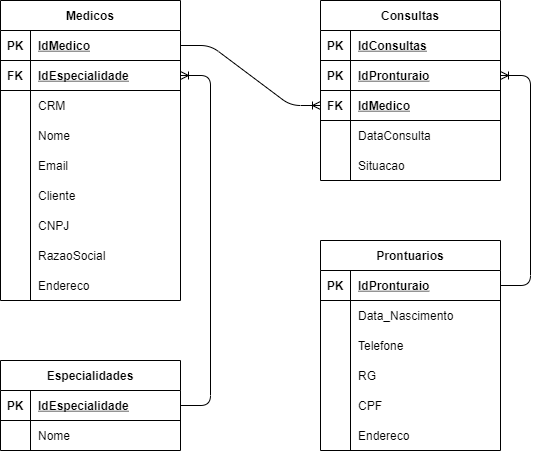
Above: Spint_1-BancoDeDados/senai_spmedgroup/01_modelagem_conceitual-logico-logico.png in Meuniki/Senai-Dev (draw.io), before the change. Source tidied: cells renumbered, new cells last; positions are measured from the earlier drawing's top-left corner, leaving out a move shared by most shapes.
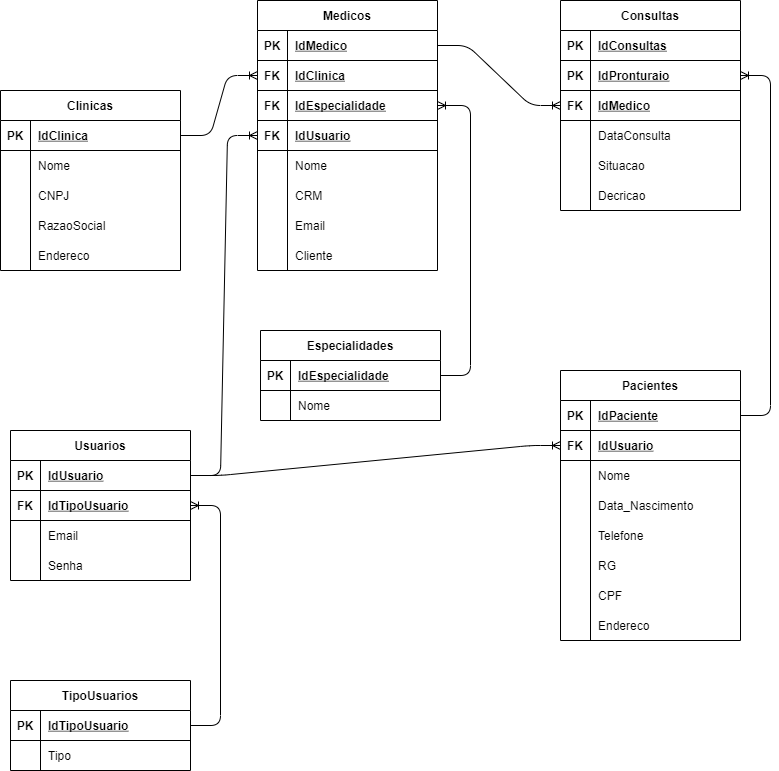
After the change.

Diff of the diagram source:
```diff
@@ -5,3 +5,3 @@
     <mxCell id="2" value="Especialidades" style="shape=table;startSize=30;rowLines=0;fontStyle=1;align=center;" parent="1" vertex="1">
-      <mxGeometry y="360" width="180" height="90" as="geometry" />
+      <mxGeometry x="140" y="340" width="180" height="90" as="geometry" />
     </mxCell>
@@ -26,3 +26,3 @@
     <mxCell id="9" value="Consultas" style="shape=table;startSize=30;rowLines=0;fontStyle=1;align=center;" parent="1" vertex="1">
-      <mxGeometry x="320" width="180" height="180" as="geometry" />
+      <mxGeometry x="440" y="10" width="180" height="210" as="geometry" />
     </mxCell>
@@ -73,4 +73,13 @@
     </mxCell>
+    <mxCell id="75" style="shape=partialRectangle;fillColor=none;top=0;left=0;bottom=0;right=0;" parent="9" vertex="1">
+      <mxGeometry y="180" width="180" height="30" as="geometry" />
+    </mxCell>
+    <mxCell id="76" style="shape=partialRectangle;fillColor=none;top=0;left=0;bottom=0;right=0;overflow=hidden;" parent="75" vertex="1">
+      <mxGeometry width="30" height="30" as="geometry" />
+    </mxCell>
+    <mxCell id="77" value="Decricao" style="shape=partialRectangle;fillColor=none;top=0;left=0;bottom=0;right=0;align=left;spacingLeft=6;overflow=hidden;" parent="75" vertex="1">
+      <mxGeometry x="30" width="150" height="30" as="geometry" />
+    </mxCell>
-    <mxCell id="25" value="Prontuarios" style="shape=table;startSize=30;rowLines=0;fontStyle=1;align=center;" parent="1" vertex="1">
-      <mxGeometry x="320" y="240" width="180" height="210" as="geometry" />
+    <mxCell id="25" value="Pacientes" style="shape=table;startSize=30;rowLines=0;fontStyle=1;align=center;" parent="1" vertex="1">
+      <mxGeometry x="440" y="380" width="180" height="270" as="geometry" />
     </mxCell>
@@ -82,7 +91,25 @@
     </mxCell>
-    <mxCell id="28" value="IdPronturaio" style="shape=partialRectangle;fillColor=none;top=0;left=0;bottom=0;right=0;align=left;spacingLeft=6;fontStyle=5;overflow=hidden;" parent="26" vertex="1">
+    <mxCell id="28" value="IdPaciente" style="shape=partialRectangle;fillColor=none;top=0;left=0;bottom=0;right=0;align=left;spacingLeft=6;fontStyle=5;overflow=hidden;" parent="26" vertex="1">
       <mxGeometry x="30" width="150" height="30" as="geometry" />
     </mxCell>
+    <mxCell id="78" style="shape=partialRectangle;fillColor=none;top=0;left=0;bottom=1;right=0;points=[[0,0.5],[1,0.5]];portConstraint=eastwest;" parent="25" vertex="1">
+      <mxGeometry y="60" width="180" height="30" as="geometry" />
+    </mxCell>
+    <mxCell id="79" value="FK" style="shape=partialRectangle;fillColor=none;top=0;left=0;bottom=0;right=0;fontStyle=1;overflow=hidden;" parent="78" vertex="1">
+      <mxGeometry width="30" height="30" as="geometry" />
+    </mxCell>
+    <mxCell id="80" value="IdUsuario" style="shape=partialRectangle;fillColor=none;top=0;left=0;bottom=0;right=0;align=left;spacingLeft=6;fontStyle=5;overflow=hidden;" parent="78" vertex="1">
+      <mxGeometry x="30" width="150" height="30" as="geometry" />
+    </mxCell>
+    <mxCell id="81" style="shape=partialRectangle;fillColor=none;top=0;left=0;bottom=0;right=0;" parent="25" vertex="1">
+      <mxGeometry y="90" width="180" height="30" as="geometry" />
+    </mxCell>
+    <mxCell id="82" style="shape=partialRectangle;fillColor=none;top=0;left=0;bottom=0;right=0;overflow=hidden;" parent="81" vertex="1">
+      <mxGeometry width="30" height="30" as="geometry" />
+    </mxCell>
+    <mxCell id="83" value="Nome" style="shape=partialRectangle;fillColor=none;top=0;left=0;bottom=0;right=0;align=left;spacingLeft=6;overflow=hidden;" parent="81" vertex="1">
+      <mxGeometry x="30" width="150" height="30" as="geometry" />
+    </mxCell>
     <mxCell id="29" style="shape=partialRectangle;fillColor=none;top=0;left=0;bottom=0;right=0;" parent="25" vertex="1">
-      <mxGeometry y="60" width="180" height="30" as="geometry" />
+      <mxGeometry y="120" width="180" height="30" as="geometry" />
     </mxCell>
@@ -95,3 +122,3 @@
     <mxCell id="32" style="shape=partialRectangle;fillColor=none;top=0;left=0;bottom=0;right=0;" parent="25" vertex="1">
-      <mxGeometry y="90" width="180" height="30" as="geometry" />
+      <mxGeometry y="150" width="180" height="30" as="geometry" />
     </mxCell>
@@ -104,3 +131,3 @@
     <mxCell id="35" style="shape=partialRectangle;fillColor=none;top=0;left=0;bottom=0;right=0;" parent="25" vertex="1">
-      <mxGeometry y="120" width="180" height="30" as="geometry" />
+      <mxGeometry y="180" width="180" height="30" as="geometry" />
     </mxCell>
@@ -113,3 +140,3 @@
     <mxCell id="38" style="shape=partialRectangle;fillColor=none;top=0;left=0;bottom=0;right=0;" parent="25" vertex="1">
-      <mxGeometry y="150" width="180" height="30" as="geometry" />
+      <mxGeometry y="210" width="180" height="30" as="geometry" />
     </mxCell>
@@ -122,3 +149,3 @@
     <mxCell id="41" style="shape=partialRectangle;fillColor=none;top=0;left=0;bottom=0;right=0;" parent="25" vertex="1">
-      <mxGeometry y="180" width="180" height="30" as="geometry" />
+      <mxGeometry y="240" width="180" height="30" as="geometry" />
     </mxCell>
@@ -131,3 +158,3 @@
     <mxCell id="44" value="Medicos" style="shape=table;startSize=30;rowLines=0;fontStyle=1;align=center;" parent="1" vertex="1">
-      <mxGeometry width="180" height="300" as="geometry" />
+      <mxGeometry x="137" y="10" width="180" height="270" as="geometry" />
     </mxCell>
@@ -142,4 +169,13 @@
     </mxCell>
+    <mxCell id="84" style="shape=partialRectangle;fillColor=none;top=0;left=0;bottom=1;right=0;points=[[0,0.5],[1,0.5]];portConstraint=eastwest;" parent="44" vertex="1">
+      <mxGeometry y="60" width="180" height="30" as="geometry" />
+    </mxCell>
+    <mxCell id="85" value="FK" style="shape=partialRectangle;fillColor=none;top=0;left=0;bottom=0;right=0;fontStyle=1;overflow=hidden;" parent="84" vertex="1">
+      <mxGeometry width="30" height="30" as="geometry" />
+    </mxCell>
+    <mxCell id="86" value="IdClinica" style="shape=partialRectangle;fillColor=none;top=0;left=0;bottom=0;right=0;align=left;spacingLeft=6;fontStyle=5;overflow=hidden;" parent="84" vertex="1">
+      <mxGeometry x="30" width="150" height="30" as="geometry" />
+    </mxCell>
     <mxCell id="48" style="shape=partialRectangle;fillColor=none;top=0;left=0;bottom=1;right=0;points=[[0,0.5],[1,0.5]];portConstraint=eastwest;" parent="44" vertex="1">
-      <mxGeometry y="60" width="180" height="30" as="geometry" />
+      <mxGeometry y="90" width="180" height="30" as="geometry" />
     </mxCell>
@@ -151,4 +187,22 @@
     </mxCell>
+    <mxCell id="87" style="shape=partialRectangle;fillColor=none;top=0;left=0;bottom=1;right=0;points=[[0,0.5],[1,0.5]];portConstraint=eastwest;" parent="44" vertex="1">
+      <mxGeometry y="120" width="180" height="30" as="geometry" />
+    </mxCell>
+    <mxCell id="88" value="FK" style="shape=partialRectangle;fillColor=none;top=0;left=0;bottom=0;right=0;fontStyle=1;overflow=hidden;" parent="87" vertex="1">
+      <mxGeometry width="30" height="30" as="geometry" />
+    </mxCell>
+    <mxCell id="89" value="IdUsuario" style="shape=partialRectangle;fillColor=none;top=0;left=0;bottom=0;right=0;align=left;spacingLeft=6;fontStyle=5;overflow=hidden;" parent="87" vertex="1">
+      <mxGeometry x="30" width="150" height="30" as="geometry" />
+    </mxCell>
+    <mxCell id="54" style="shape=partialRectangle;fillColor=none;top=0;left=0;bottom=0;right=0;" parent="44" vertex="1">
+      <mxGeometry y="150" width="180" height="30" as="geometry" />
+    </mxCell>
+    <mxCell id="55" style="shape=partialRectangle;fillColor=none;top=0;left=0;bottom=0;right=0;overflow=hidden;" parent="54" vertex="1">
+      <mxGeometry width="30" height="30" as="geometry" />
+    </mxCell>
+    <mxCell id="56" value="Nome" style="shape=partialRectangle;fillColor=none;top=0;left=0;bottom=0;right=0;align=left;spacingLeft=6;overflow=hidden;" parent="54" vertex="1">
+      <mxGeometry x="30" width="150" height="30" as="geometry" />
+    </mxCell>
     <mxCell id="51" style="shape=partialRectangle;fillColor=none;top=0;left=0;bottom=0;right=0;" parent="44" vertex="1">
-      <mxGeometry y="90" width="180" height="30" as="geometry" />
+      <mxGeometry y="180" width="180" height="30" as="geometry" />
     </mxCell>
@@ -160,13 +214,4 @@
     </mxCell>
-    <mxCell id="54" style="shape=partialRectangle;fillColor=none;top=0;left=0;bottom=0;right=0;" parent="44" vertex="1">
-      <mxGeometry y="120" width="180" height="30" as="geometry" />
-    </mxCell>
-    <mxCell id="55" style="shape=partialRectangle;fillColor=none;top=0;left=0;bottom=0;right=0;overflow=hidden;" parent="54" vertex="1">
-      <mxGeometry width="30" height="30" as="geometry" />
-    </mxCell>
-    <mxCell id="56" value="Nome" style="shape=partialRectangle;fillColor=none;top=0;left=0;bottom=0;right=0;align=left;spacingLeft=6;overflow=hidden;" parent="54" vertex="1">
-      <mxGeometry x="30" width="150" height="30" as="geometry" />
-    </mxCell>
     <mxCell id="57" style="shape=partialRectangle;fillColor=none;top=0;left=0;bottom=0;right=0;" parent="44" vertex="1">
-      <mxGeometry y="150" width="180" height="30" as="geometry" />
+      <mxGeometry y="210" width="180" height="30" as="geometry" />
     </mxCell>
@@ -179,3 +224,3 @@
     <mxCell id="60" style="shape=partialRectangle;fillColor=none;top=0;left=0;bottom=0;right=0;" parent="44" vertex="1">
-      <mxGeometry y="180" width="180" height="30" as="geometry" />
+      <mxGeometry y="240" width="180" height="30" as="geometry" />
     </mxCell>
@@ -187,4 +232,73 @@
     </mxCell>
+    <mxCell id="72" style="edgeStyle=entityRelationEdgeStyle;fontSize=12;html=1;endArrow=ERoneToMany;" parent="1" edge="1" source="26" target="13">
+      <mxGeometry relative="1" as="geometry" />
+    </mxCell>
+    <mxCell id="73" style="edgeStyle=entityRelationEdgeStyle;fontSize=12;html=1;endArrow=ERoneToMany;" parent="1" edge="1" source="45" target="16">
+      <mxGeometry relative="1" as="geometry" />
+    </mxCell>
+    <mxCell id="74" style="edgeStyle=entityRelationEdgeStyle;fontSize=12;html=1;endArrow=ERoneToMany;" parent="1" edge="1" source="3" target="48">
+      <mxGeometry relative="1" as="geometry" />
+    </mxCell>
+    <mxCell id="90" value="Usuarios" style="shape=table;startSize=30;rowLines=0;fontStyle=1;align=center;" parent="1" vertex="1">
+      <mxGeometry x="-110" y="440" width="180" height="150" as="geometry" />
+    </mxCell>
+    <mxCell id="91" style="shape=partialRectangle;fillColor=none;top=0;left=0;bottom=1;right=0;points=[[0,0.5],[1,0.5]];portConstraint=eastwest;" parent="90" vertex="1">
+      <mxGeometry y="30" width="180" height="30" as="geometry" />
+    </mxCell>
+    <mxCell id="92" value="PK" style="shape=partialRectangle;fillColor=none;top=0;left=0;bottom=0;right=0;fontStyle=1;overflow=hidden;" parent="91" vertex="1">
+      <mxGeometry width="30" height="30" as="geometry" />
+    </mxCell>
+    <mxCell id="93" value="IdUsuario" style="shape=partialRectangle;fillColor=none;top=0;left=0;bottom=0;right=0;align=left;spacingLeft=6;fontStyle=5;overflow=hidden;" parent="91" vertex="1">
+      <mxGeometry x="30" width="150" height="30" as="geometry" />
+    </mxCell>
+    <mxCell id="94" style="shape=partialRectangle;fillColor=none;top=0;left=0;bottom=1;right=0;points=[[0,0.5],[1,0.5]];portConstraint=eastwest;" parent="90" vertex="1">
+      <mxGeometry y="60" width="180" height="30" as="geometry" />
+    </mxCell>
+    <mxCell id="95" value="FK" style="shape=partialRectangle;fillColor=none;top=0;left=0;bottom=0;right=0;fontStyle=1;overflow=hidden;" parent="94" vertex="1">
+      <mxGeometry width="30" height="30" as="geometry" />
+    </mxCell>
+    <mxCell id="96" value="IdTipoUsuario" style="shape=partialRectangle;fillColor=none;top=0;left=0;bottom=0;right=0;align=left;spacingLeft=6;fontStyle=5;overflow=hidden;" parent="94" vertex="1">
+      <mxGeometry x="30" width="150" height="30" as="geometry" />
+    </mxCell>
+    <mxCell id="97" style="shape=partialRectangle;fillColor=none;top=0;left=0;bottom=0;right=0;" parent="90" vertex="1">
+      <mxGeometry y="90" width="180" height="30" as="geometry" />
+    </mxCell>
+    <mxCell id="98" style="shape=partialRectangle;fillColor=none;top=0;left=0;bottom=0;right=0;overflow=hidden;" parent="97" vertex="1">
+      <mxGeometry width="30" height="30" as="geometry" />
+    </mxCell>
+    <mxCell id="99" value="Email" style="shape=partialRectangle;fillColor=none;top=0;left=0;bottom=0;right=0;align=left;spacingLeft=6;overflow=hidden;" parent="97" vertex="1">
+      <mxGeometry x="30" width="150" height="30" as="geometry" />
+    </mxCell>
+    <mxCell id="100" style="shape=partialRectangle;fillColor=none;top=0;left=0;bottom=0;right=0;" parent="90" vertex="1">
+      <mxGeometry y="120" width="180" height="30" as="geometry" />
+    </mxCell>
+    <mxCell id="101" style="shape=partialRectangle;fillColor=none;top=0;left=0;bottom=0;right=0;overflow=hidden;" parent="100" vertex="1">
+      <mxGeometry width="30" height="30" as="geometry" />
+    </mxCell>
+    <mxCell id="102" value="Senha" style="shape=partialRectangle;fillColor=none;top=0;left=0;bottom=0;right=0;align=left;spacingLeft=6;overflow=hidden;" parent="100" vertex="1">
+      <mxGeometry x="30" width="150" height="30" as="geometry" />
+    </mxCell>
+    <mxCell id="103" value="Clinicas" style="shape=table;startSize=30;rowLines=0;fontStyle=1;align=center;" parent="1" vertex="1">
+      <mxGeometry x="-120" y="100" width="180" height="180" as="geometry" />
+    </mxCell>
+    <mxCell id="104" style="shape=partialRectangle;fillColor=none;top=0;left=0;bottom=1;right=0;points=[[0,0.5],[1,0.5]];portConstraint=eastwest;" parent="103" vertex="1">
+      <mxGeometry y="30" width="180" height="30" as="geometry" />
+    </mxCell>
+    <mxCell id="105" value="PK" style="shape=partialRectangle;fillColor=none;top=0;left=0;bottom=0;right=0;fontStyle=1;overflow=hidden;" parent="104" vertex="1">
+      <mxGeometry width="30" height="30" as="geometry" />
+    </mxCell>
+    <mxCell id="106" value="IdClinica" style="shape=partialRectangle;fillColor=none;top=0;left=0;bottom=0;right=0;align=left;spacingLeft=6;fontStyle=5;overflow=hidden;" parent="104" vertex="1">
+      <mxGeometry x="30" width="150" height="30" as="geometry" />
+    </mxCell>
+    <mxCell id="107" style="shape=partialRectangle;fillColor=none;top=0;left=0;bottom=0;right=0;" parent="103" vertex="1">
+      <mxGeometry y="60" width="180" height="30" as="geometry" />
+    </mxCell>
+    <mxCell id="108" style="shape=partialRectangle;fillColor=none;top=0;left=0;bottom=0;right=0;overflow=hidden;" parent="107" vertex="1">
+      <mxGeometry width="30" height="30" as="geometry" />
+    </mxCell>
+    <mxCell id="109" value="Nome" style="shape=partialRectangle;fillColor=none;top=0;left=0;bottom=0;right=0;align=left;spacingLeft=6;overflow=hidden;" parent="107" vertex="1">
+      <mxGeometry x="30" width="150" height="30" as="geometry" />
+    </mxCell>
-    <mxCell id="63" style="shape=partialRectangle;fillColor=none;top=0;left=0;bottom=0;right=0;" parent="44" vertex="1">
-      <mxGeometry y="210" width="180" height="30" as="geometry" />
+    <mxCell id="63" style="shape=partialRectangle;fillColor=none;top=0;left=0;bottom=0;right=0;" parent="103" vertex="1">
+      <mxGeometry y="90" width="180" height="30" as="geometry" />
     </mxCell>
@@ -196,4 +310,4 @@
     </mxCell>
-    <mxCell id="66" style="shape=partialRectangle;fillColor=none;top=0;left=0;bottom=0;right=0;" parent="44" vertex="1">
-      <mxGeometry y="240" width="180" height="30" as="geometry" />
+    <mxCell id="66" style="shape=partialRectangle;fillColor=none;top=0;left=0;bottom=0;right=0;" parent="103" vertex="1">
+      <mxGeometry y="120" width="180" height="30" as="geometry" />
     </mxCell>
@@ -205,4 +319,4 @@
     </mxCell>
-    <mxCell id="69" style="shape=partialRectangle;fillColor=none;top=0;left=0;bottom=0;right=0;" parent="44" vertex="1">
-      <mxGeometry y="270" width="180" height="30" as="geometry" />
+    <mxCell id="69" style="shape=partialRectangle;fillColor=none;top=0;left=0;bottom=0;right=0;" parent="103" vertex="1">
+      <mxGeometry y="150" width="180" height="30" as="geometry" />
     </mxCell>
@@ -214,11 +328,35 @@
     </mxCell>
-    <mxCell id="72" style="edgeStyle=entityRelationEdgeStyle;fontSize=12;html=1;endArrow=ERoneToMany;" parent="1" edge="1" source="26" target="13">
-      <mxGeometry relative="1" as="geometry" />
-    </mxCell>
-    <mxCell id="73" style="edgeStyle=entityRelationEdgeStyle;fontSize=12;html=1;endArrow=ERoneToMany;" parent="1" edge="1" source="45" target="16">
-      <mxGeometry relative="1" as="geometry" />
-    </mxCell>
-    <mxCell id="74" style="edgeStyle=entityRelationEdgeStyle;fontSize=12;html=1;endArrow=ERoneToMany;" parent="1" edge="1" source="3" target="48">
-      <mxGeometry relative="1" as="geometry" />
-    </mxCell>
+    <mxCell id="110" style="edgeStyle=entityRelationEdgeStyle;fontSize=12;html=1;endArrow=ERoneToMany;" parent="1" edge="1" source="104" target="84">
+      <mxGeometry relative="1" as="geometry" />
+    </mxCell>
+    <mxCell id="111" style="edgeStyle=entityRelationEdgeStyle;fontSize=12;html=1;endArrow=ERoneToMany;" parent="1" edge="1" source="91" target="87">
+      <mxGeometry relative="1" as="geometry" />
+    </mxCell>
+    <mxCell id="112" value="TipoUsuarios" style="shape=table;startSize=30;rowLines=0;fontStyle=1;align=center;" parent="1" vertex="1">
+      <mxGeometry x="-110" y="690" width="180" height="90" as="geometry" />
+    </mxCell>
+    <mxCell id="113" style="shape=partialRectangle;fillColor=none;top=0;left=0;bottom=1;right=0;points=[[0,0.5],[1,0.5]];portConstraint=eastwest;" parent="112" vertex="1">
+      <mxGeometry y="30" width="180" height="30" as="geometry" />
+    </mxCell>
+    <mxCell id="114" value="PK" style="shape=partialRectangle;fillColor=none;top=0;left=0;bottom=0;right=0;fontStyle=1;overflow=hidden;" parent="113" vertex="1">
+      <mxGeometry width="30" height="30" as="geometry" />
+    </mxCell>
+    <mxCell id="115" value="IdTipoUsuario" style="shape=partialRectangle;fillColor=none;top=0;left=0;bottom=0;right=0;align=left;spacingLeft=6;fontStyle=5;overflow=hidden;" parent="113" vertex="1">
+      <mxGeometry x="30" width="150" height="30" as="geometry" />
+    </mxCell>
+    <mxCell id="116" style="shape=partialRectangle;fillColor=none;top=0;left=0;bottom=0;right=0;" parent="112" vertex="1">
+      <mxGeometry y="60" width="180" height="30" as="geometry" />
+    </mxCell>
+    <mxCell id="117" style="shape=partialRectangle;fillColor=none;top=0;left=0;bottom=0;right=0;overflow=hidden;" parent="116" vertex="1">
+      <mxGeometry width="30" height="30" as="geometry" />
+    </mxCell>
+    <mxCell id="118" value="Tipo" style="shape=partialRectangle;fillColor=none;top=0;left=0;bottom=0;right=0;align=left;spacingLeft=6;overflow=hidden;" parent="116" vertex="1">
+      <mxGeometry x="30" width="150" height="30" as="geometry" />
+    </mxCell>
+    <mxCell id="119" style="edgeStyle=entityRelationEdgeStyle;fontSize=12;html=1;endArrow=ERoneToMany;" parent="1" edge="1" source="113" target="94">
+      <mxGeometry relative="1" as="geometry" />
+    </mxCell>
+    <mxCell id="120" style="edgeStyle=entityRelationEdgeStyle;fontSize=12;html=1;endArrow=ERoneToMany;" parent="1" edge="1" source="91" target="78">
+      <mxGeometry relative="1" as="geometry" />
+    </mxCell>
   </root>
```
